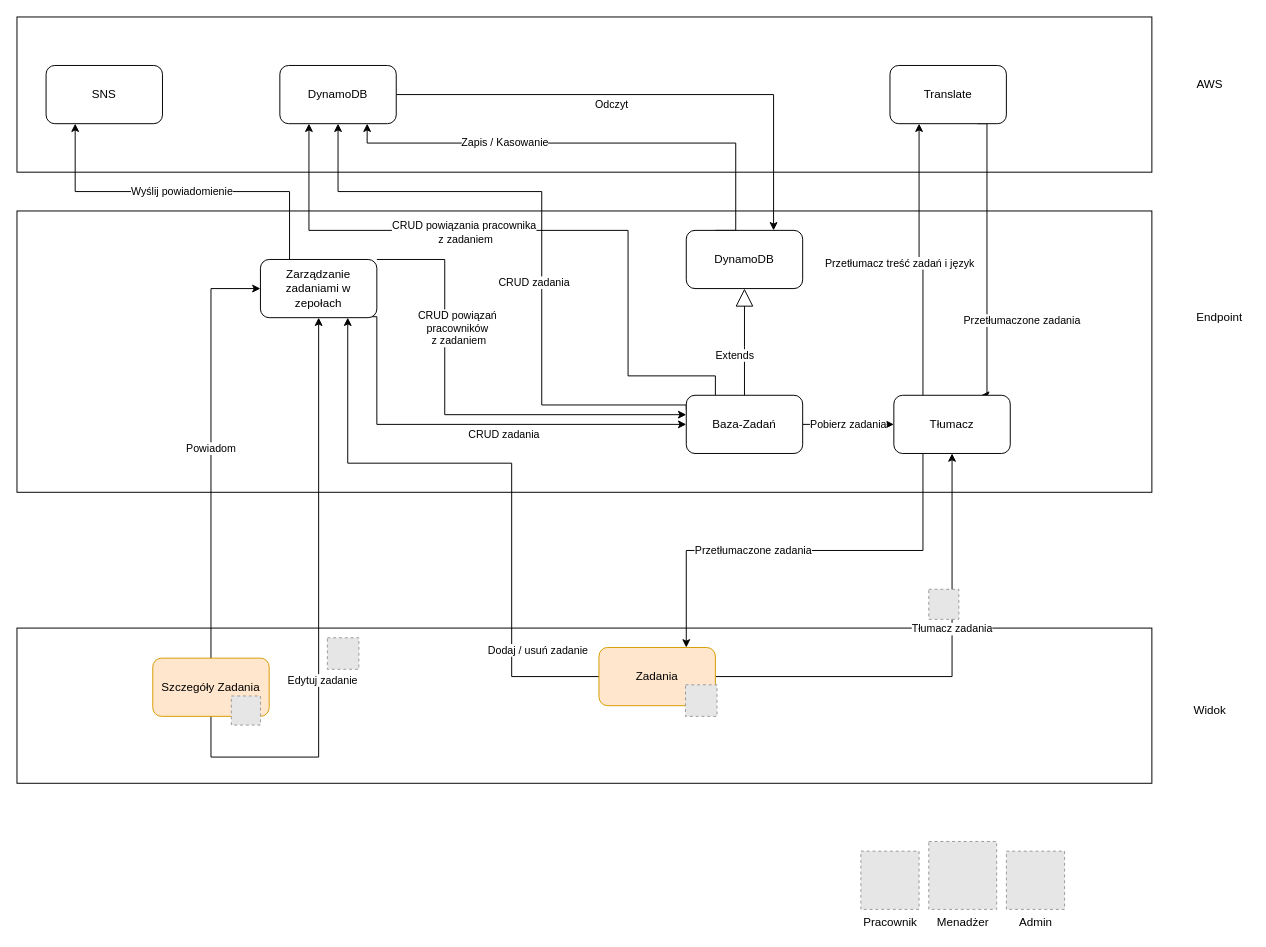
Drucia/AWS-Rzeczy keeps this draw.io diagram as page "Zadania" (3 of 3) of Logowanie/ZarządzanieUrzytkownikami.drawio. Above is the earlier version. Source tidied: cells renumbered, new cells numbered last; positions are measured from the earlier drawing's top-left corner, leaving out a move shared by most shapes. Both pictures are drawn from the tidied source at 97%, with x=0, y=0 at pixel (16, 16). Pictures stored in the file or linked from it are replaced by grey dashed boxes.
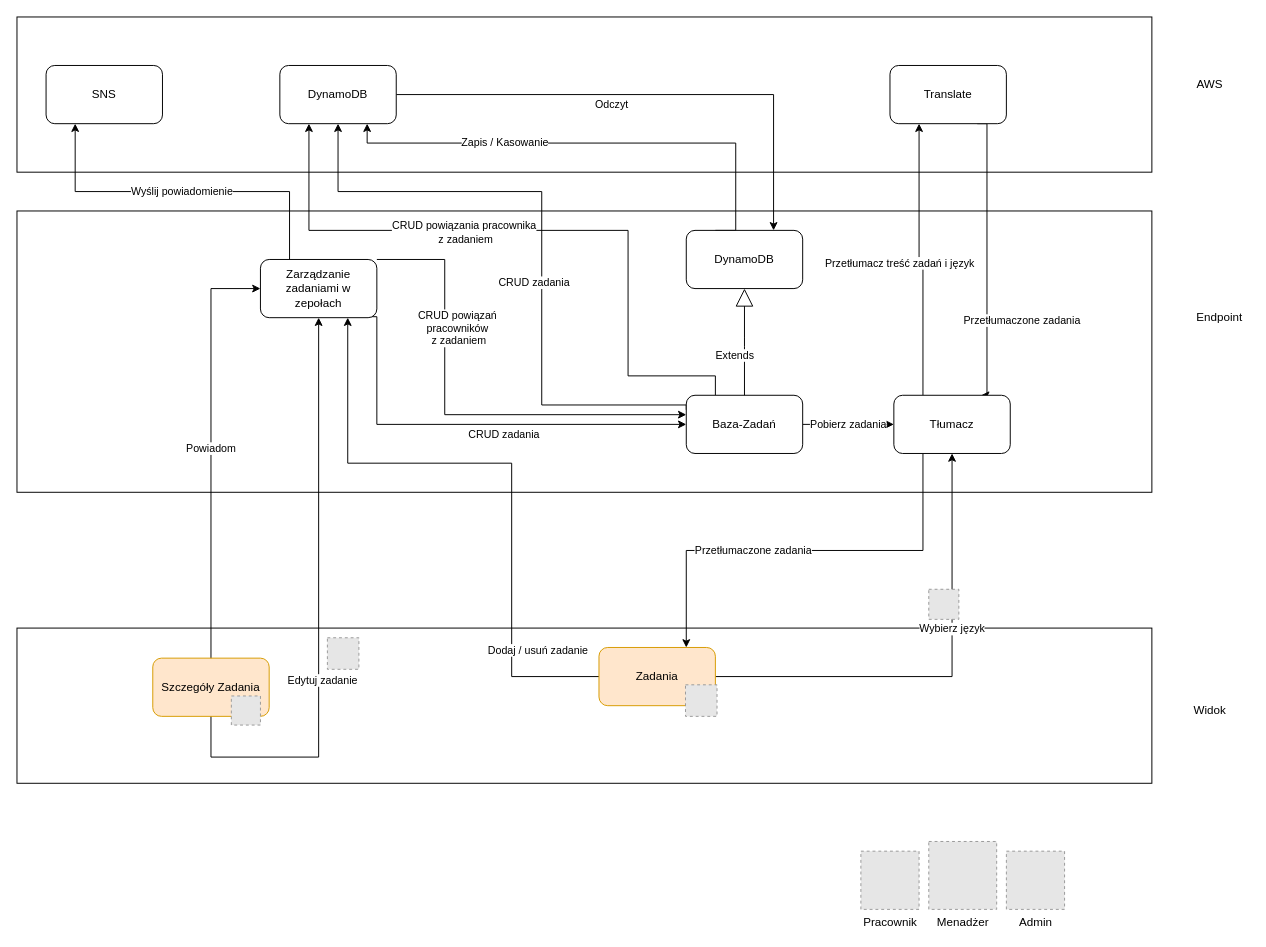
The same diagram, later.

Unchanged cells that the change refers to:
```xml
<mxCell id="20" value="Zadania" style="rounded=1;whiteSpace=wrap;html=1;fillColor=#ffe6cc;strokeColor=#d79b00;" parent="1" vertex="1">
  <mxGeometry x="600" y="650" width="120" height="60" as="geometry" />
</mxCell>
<mxCell id="47" value="Tłumacz" style="rounded=1;whiteSpace=wrap;html=1;" parent="1" vertex="1">
  <mxGeometry x="904" y="390" width="120" height="60" as="geometry" />
</mxCell>
```

What changed in the source:
```diff
@@
-    <mxCell id="19" value="Tłumacz zadania" style="edgeStyle=orthogonalEdgeStyle;rounded=0;jettySize=auto;html=1;exitX=1;exitY=0.5;exitDx=0;exitDy=0;entryX=0.5;entryY=1;entryDx=0;entryDy=0;fillColor=#ffffff;" parent="1" edge="1" source="20" target="47">
+    <mxCell id="19" value="Wybierz język" style="edgeStyle=orthogonalEdgeStyle;rounded=0;jettySize=auto;html=1;exitX=1;exitY=0.5;exitDx=0;exitDy=0;entryX=0.5;entryY=1;entryDx=0;entryDy=0;fillColor=#ffffff;" parent="1" edge="1" source="20" target="47">
       <mxGeometry x="0.24" relative="1" as="geometry">
         <Array as="points">
           <mxPoint x="964" y="680" />
         </Array>
         <mxPoint y="1" as="offset" />
       </mxGeometry>
     </mxCell>
```
